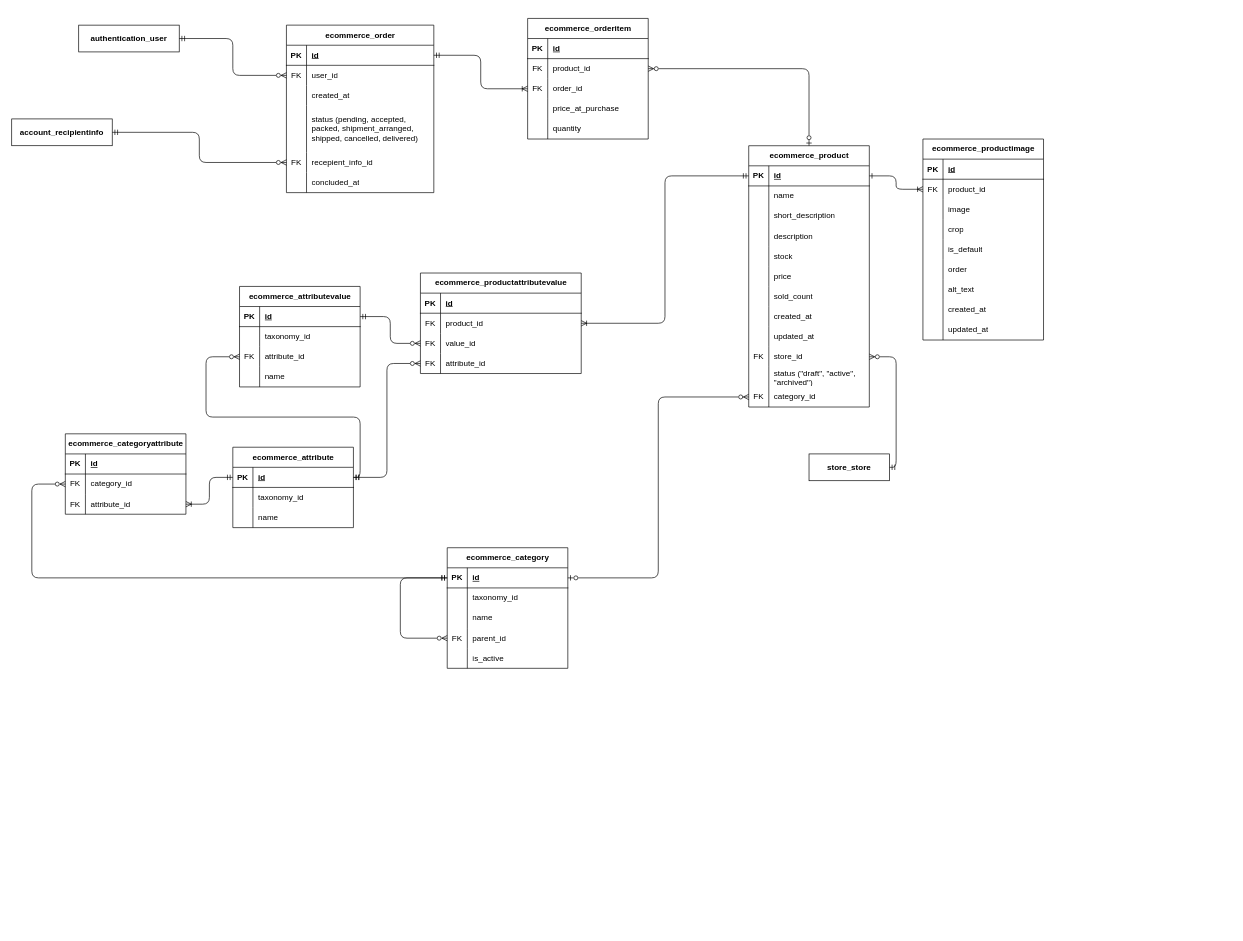
Earlier version of the draw.io diagram page "Ecommerce" (6 of 7) of diagrams/e-commerce-entity-relationship-diagram.drawio (RHILIUS/E-Commerce-Docs). Source tidied: cells renumbered, new cells numbered last; positions are measured from the earlier drawing's top-left corner, leaving out a move shared by most shapes. Both pictures are drawn from the tidied source at 67%, with x=0, y=0 at pixel (11, 18).
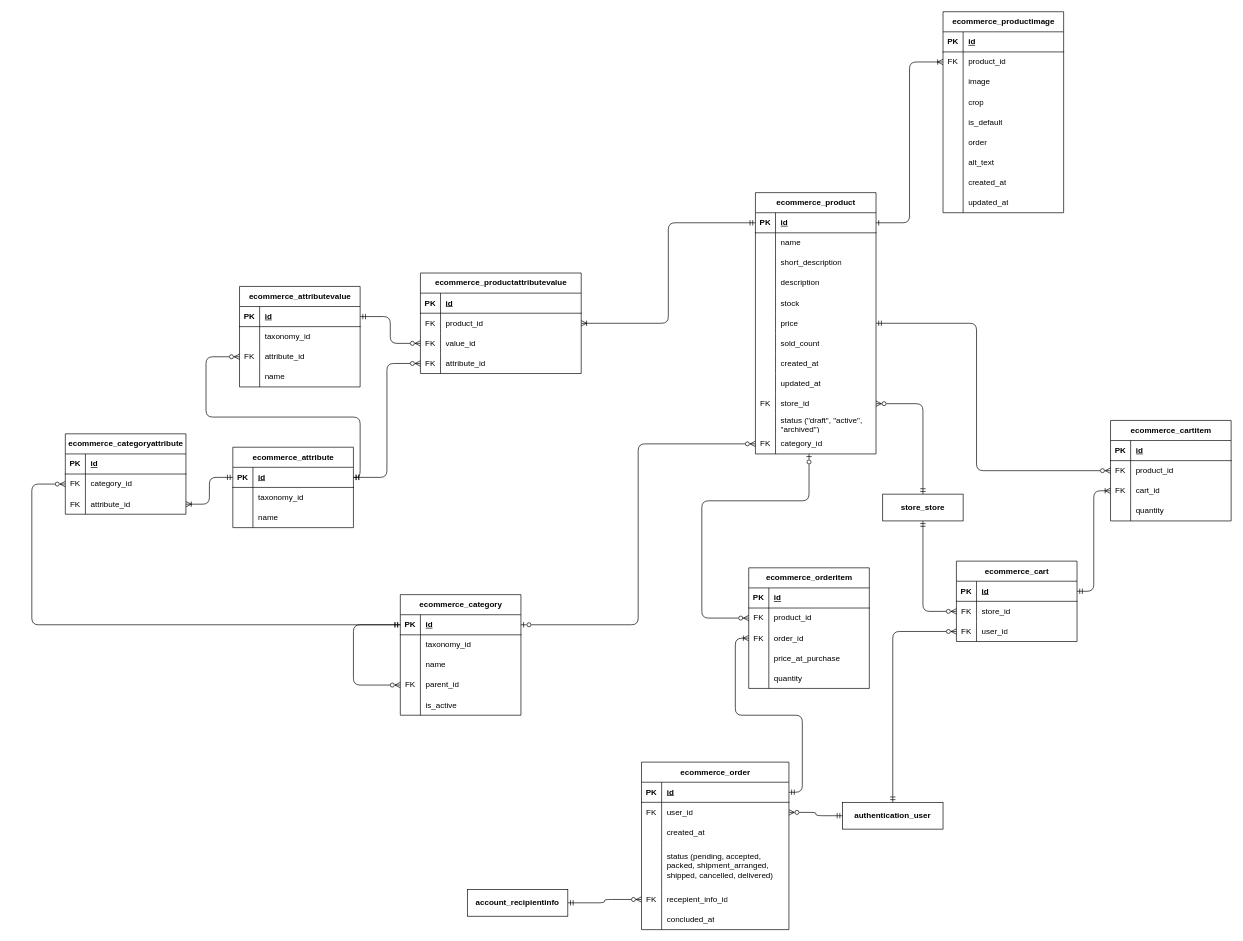
The same diagram, later.

Commit message (it also covers changes not shown here):
feat(erd): add cartitem and cart entity on ecommerce page

The change refers to these unchanged cells:
```xml
<mxCell id="30" style="shape=tableRow;horizontal=0;startSize=0;swimlaneHead=0;swimlaneBody=0;fillColor=none;points=[[0,0.5],[1,0.5]];portConstraint=eastwest;top=0;left=0;right=0;bottom=0;" parent="2" vertex="1">
  <mxGeometry y="300" width="180" height="30" as="geometry" />
</mxCell>
<mxCell id="71" style="shape=tableRow;horizontal=0;startSize=0;swimlaneHead=0;swimlaneBody=0;fillColor=none;points=[[0,0.5],[1,0.5]];portConstraint=eastwest;top=0;left=0;right=0;bottom=1;" parent="70" vertex="1">
  <mxGeometry y="30" width="180" height="30" as="geometry" />
</mxCell>
<mxCell id="115" style="shape=tableRow;horizontal=0;startSize=0;swimlaneHead=0;swimlaneBody=0;fillColor=none;points=[[0,0.5],[1,0.5]];portConstraint=eastwest;top=0;left=0;right=0;bottom=0;" parent="111" vertex="1">
  <mxGeometry y="60" width="180" height="30" as="geometry" />
</mxCell>
<mxCell id="144" style="shape=tableRow;horizontal=0;startSize=0;swimlaneHead=0;swimlaneBody=0;fillColor=none;points=[[0,0.5],[1,0.5]];portConstraint=eastwest;top=0;left=0;right=0;bottom=0;" parent="140" vertex="1">
  <mxGeometry y="60" width="220" height="30" as="geometry" />
</mxCell>
<mxCell id="153" style="shape=tableRow;horizontal=0;startSize=0;swimlaneHead=0;swimlaneBody=0;fillColor=none;points=[[0,0.5],[1,0.5]];portConstraint=eastwest;top=0;left=0;right=0;bottom=0;" parent="140" vertex="1">
  <mxGeometry y="190" width="220" height="30" as="geometry" />
</mxCell>
<mxCell id="167" style="shape=tableRow;horizontal=0;startSize=0;swimlaneHead=0;swimlaneBody=0;fillColor=none;points=[[0,0.5],[1,0.5]];portConstraint=eastwest;top=0;left=0;right=0;bottom=0;" parent="163" vertex="1">
  <mxGeometry y="60" width="180" height="30" as="geometry" />
</mxCell>
```

The edit, as a diff of the source:
```diff
@@
+    <mxCell id="181" style="edgeStyle=orthogonalEdgeStyle;html=1;entryX=0;entryY=0.5;entryDx=0;entryDy=0;startArrow=ERmandOne;startFill=0;endArrow=ERzeroToMany;endFill=0;" parent="1" edge="1" source="2" target="198">
+      <mxGeometry relative="1" as="geometry">
+        <Array as="points">
+          <mxPoint x="1440" y="455" />
+          <mxPoint x="1440" y="675" />
+        </Array>
+      </mxGeometry>
+    </mxCell>
     <mxCell id="2" value="ecommerce_product" style="shape=table;startSize=30;childLayout=tableLayout;rowLines=0;fontStyle=1;align=center;html=1;" parent="1" vertex="1">
-      <mxGeometry x="1100" y="190" width="180" height="390" as="geometry" />
+      <mxGeometry x="1110" y="260" width="180" height="390" as="geometry" />
     </mxCell>
@@
     <mxCell id="39" value="ecommerce_productimage" style="shape=table;startSize=30;childLayout=tableLayout;rowLines=0;fontStyle=1;align=center;html=1;" parent="1" vertex="1">
-      <mxGeometry x="1360" y="180" width="180" height="300" as="geometry" />
+      <mxGeometry x="1390" y="-10" width="180" height="300" as="geometry" />
     </mxCell>
@@
-    <mxCell id="68" style="edgeStyle=orthogonalEdgeStyle;html=1;entryX=1;entryY=0.5;entryDx=0;entryDy=0;exitX=1;exitY=0.5;exitDx=0;exitDy=0;endArrow=ERzeroToMany;endFill=0;startArrow=ERmandOne;startFill=0;" parent="1" edge="1" source="69" target="30">
+    <mxCell id="68" style="edgeStyle=orthogonalEdgeStyle;html=1;entryX=1;entryY=0.5;entryDx=0;entryDy=0;endArrow=ERzeroToMany;endFill=0;startArrow=ERmandOne;startFill=0;" parent="1" edge="1" source="69" target="30">
       <mxGeometry relative="1" as="geometry" />
     </mxCell>
+    <mxCell id="182" style="edgeStyle=orthogonalEdgeStyle;html=1;entryX=0;entryY=0.5;entryDx=0;entryDy=0;endArrow=ERzeroToMany;endFill=0;startArrow=ERmandOne;startFill=0;" parent="1" edge="1" source="69" target="188">
+      <mxGeometry relative="1" as="geometry" />
+    </mxCell>
     <mxCell id="69" value="&lt;b&gt;store_store&lt;/b&gt;" style="whiteSpace=wrap;html=1;align=center;" parent="1" vertex="1">
-      <mxGeometry x="1190" y="650" width="120" height="40" as="geometry" />
+      <mxGeometry x="1300" y="710" width="120" height="40" as="geometry" />
     </mxCell>
     <mxCell id="70" value="ecommerce_category" style="shape=table;startSize=30;childLayout=tableLayout;rowLines=0;fontStyle=1;align=center;html=1;" parent="1" vertex="1">
-      <mxGeometry x="650" y="790" width="180" height="180" as="geometry" />
+      <mxGeometry x="580" y="860" width="180" height="180" as="geometry" />
     </mxCell>
@@
     <mxCell id="121" style="edgeStyle=orthogonalEdgeStyle;html=1;entryX=0;entryY=0.5;entryDx=0;entryDy=0;exitX=0;exitY=0.5;exitDx=0;exitDy=0;startArrow=ERmandOne;startFill=0;endArrow=ERzeroToMany;endFill=0;" parent="1" edge="1" source="71" target="115">
       <mxGeometry relative="1" as="geometry">
         <Array as="points">
-          <mxPoint x="30" y="835" />
+          <mxPoint x="30" y="905" />
           <mxPoint x="30" y="695" />
         </Array>
       </mxGeometry>
     </mxCell>
@@
     <mxCell id="140" value="ecommerce_order" style="shape=table;startSize=30;childLayout=tableLayout;rowLines=0;fontStyle=1;align=center;html=1;" parent="1" vertex="1">
-      <mxGeometry x="410" y="10" width="220" height="250" as="geometry" />
+      <mxGeometry x="940" y="1110" width="220" height="250" as="geometry" />
     </mxCell>
@@
+    <mxCell id="183" style="edgeStyle=orthogonalEdgeStyle;html=1;entryX=0;entryY=0.5;entryDx=0;entryDy=0;endArrow=ERzeroToMany;endFill=0;startArrow=ERmandOne;startFill=0;" parent="1" edge="1" source="159" target="191">
+      <mxGeometry relative="1" as="geometry" />
+    </mxCell>
     <mxCell id="159" value="&lt;b&gt;authentication_user&lt;/b&gt;" style="whiteSpace=wrap;html=1;align=center;" parent="1" vertex="1">
-      <mxGeometry x="100" y="10" width="150" height="40" as="geometry" />
+      <mxGeometry x="1240" y="1170" width="150" height="40" as="geometry" />
     </mxCell>
     <mxCell id="160" value="&lt;b&gt;account_recipientinfo&lt;/b&gt;" style="whiteSpace=wrap;html=1;align=center;" parent="1" vertex="1">
-      <mxGeometry y="150" width="150" height="40" as="geometry" />
+      <mxGeometry x="680" y="1300" width="150" height="40" as="geometry" />
     </mxCell>
-    <mxCell id="161" style="rounded=1;jettySize=auto;html=1;endArrow=ERzeroToMany;endFill=0;startArrow=ERmandOne;startFill=0;exitX=1;exitY=0.5;exitDx=0;exitDy=0;entryX=0;entryY=0.5;entryDx=0;entryDy=0;edgeStyle=orthogonalEdgeStyle;curved=0;" parent="1" edge="1" source="159" target="144">
+    <mxCell id="161" style="rounded=1;jettySize=auto;html=1;endArrow=ERzeroToMany;endFill=0;startArrow=ERmandOne;startFill=0;entryX=1;entryY=0.5;entryDx=0;entryDy=0;edgeStyle=orthogonalEdgeStyle;" parent="1" edge="1" source="159" target="144">
       <mxGeometry relative="1" as="geometry" />
     </mxCell>
-    <mxCell id="162" style="edgeStyle=orthogonalEdgeStyle;rounded=1;jettySize=auto;html=1;startArrow=ERmandOne;startFill=0;endArrow=ERzeroToMany;endFill=0;exitX=1;exitY=0.5;exitDx=0;exitDy=0;entryX=0;entryY=0.5;entryDx=0;entryDy=0;curved=0;" parent="1" edge="1" source="160" target="153">
+    <mxCell id="162" style="edgeStyle=orthogonalEdgeStyle;rounded=1;jettySize=auto;html=1;startArrow=ERmandOne;startFill=0;endArrow=ERzeroToMany;endFill=0;entryX=0;entryY=0.5;entryDx=0;entryDy=0;" parent="1" edge="1" source="160" target="153">
       <mxGeometry relative="1" as="geometry" />
     </mxCell>
     <mxCell id="163" value="ecommerce_orderitem" style="shape=table;startSize=30;childLayout=tableLayout;rowLines=0;fontStyle=1;align=center;html=1;" parent="1" vertex="1">
-      <mxGeometry x="770" width="180" height="180" as="geometry" />
+      <mxGeometry x="1100" y="820" width="180" height="180" as="geometry" />
     </mxCell>
@@
-    <mxCell id="179" style="edgeStyle=orthogonalEdgeStyle;html=1;entryX=1;entryY=0.5;entryDx=0;entryDy=0;endArrow=ERzeroToMany;endFill=0;startArrow=ERzeroToOne;startFill=0;" parent="1" edge="1" source="2" target="167">
-      <mxGeometry relative="1" as="geometry" />
+    <mxCell id="179" style="edgeStyle=orthogonalEdgeStyle;html=1;entryX=0;entryY=0.5;entryDx=0;entryDy=0;endArrow=ERzeroToMany;endFill=0;startArrow=ERzeroToOne;startFill=0;" parent="1" edge="1" source="2" target="167">
+      <mxGeometry relative="1" as="geometry">
+        <Array as="points">
+          <mxPoint x="1190" y="720" />
+          <mxPoint x="1030" y="720" />
+          <mxPoint x="1030" y="895" />
+        </Array>
+      </mxGeometry>
     </mxCell>
@@
+    <mxCell id="184" value="ecommerce_cart" style="shape=table;startSize=30;childLayout=tableLayout;rowLines=0;fontStyle=1;align=center;html=1;" parent="1" vertex="1">
+      <mxGeometry x="1410" y="810" width="180" height="120" as="geometry" />
+    </mxCell>
+    <mxCell id="185" style="shape=tableRow;horizontal=0;startSize=0;swimlaneHead=0;swimlaneBody=0;fillColor=none;points=[[0,0.5],[1,0.5]];portConstraint=eastwest;top=0;left=0;right=0;bottom=1;" parent="184" vertex="1">
+      <mxGeometry y="30" width="180" height="30" as="geometry" />
+    </mxCell>
+    <mxCell id="186" value="PK" style="shape=partialRectangle;fillColor=none;top=0;left=0;bottom=0;right=0;fontStyle=1;overflow=hidden;whiteSpace=wrap;html=1;" parent="185" vertex="1">
+      <mxGeometry width="30" height="30" as="geometry" />
+    </mxCell>
+    <mxCell id="187" value="id" style="shape=partialRectangle;fillColor=none;top=0;left=0;bottom=0;right=0;align=left;spacingLeft=6;fontStyle=5;overflow=hidden;whiteSpace=wrap;html=1;" parent="185" vertex="1">
+      <mxGeometry x="30" width="150" height="30" as="geometry" />
+    </mxCell>
+    <mxCell id="188" style="shape=tableRow;horizontal=0;startSize=0;swimlaneHead=0;swimlaneBody=0;fillColor=none;points=[[0,0.5],[1,0.5]];portConstraint=eastwest;top=0;left=0;right=0;bottom=0;" parent="184" vertex="1">
+      <mxGeometry y="60" width="180" height="30" as="geometry" />
+    </mxCell>
+    <mxCell id="189" value="FK" style="shape=partialRectangle;fillColor=none;top=0;left=0;bottom=0;right=0;overflow=hidden;whiteSpace=wrap;html=1;" parent="188" vertex="1">
+      <mxGeometry width="30" height="30" as="geometry" />
+    </mxCell>
+    <mxCell id="190" value="store_id" style="shape=partialRectangle;fillColor=none;top=0;left=0;bottom=0;right=0;align=left;spacingLeft=6;overflow=hidden;whiteSpace=wrap;html=1;" parent="188" vertex="1">
+      <mxGeometry x="30" width="150" height="30" as="geometry" />
+    </mxCell>
+    <mxCell id="191" style="shape=tableRow;horizontal=0;startSize=0;swimlaneHead=0;swimlaneBody=0;fillColor=none;points=[[0,0.5],[1,0.5]];portConstraint=eastwest;top=0;left=0;right=0;bottom=0;" parent="184" vertex="1">
+      <mxGeometry y="90" width="180" height="30" as="geometry" />
+    </mxCell>
+    <mxCell id="192" value="FK" style="shape=partialRectangle;fillColor=none;top=0;left=0;bottom=0;right=0;overflow=hidden;whiteSpace=wrap;html=1;" parent="191" vertex="1">
+      <mxGeometry width="30" height="30" as="geometry" />
+    </mxCell>
+    <mxCell id="193" value="user_id" style="shape=partialRectangle;fillColor=none;top=0;left=0;bottom=0;right=0;align=left;spacingLeft=6;overflow=hidden;whiteSpace=wrap;html=1;" parent="191" vertex="1">
+      <mxGeometry x="30" width="150" height="30" as="geometry" />
+    </mxCell>
+    <mxCell id="194" value="ecommerce_cartitem" style="shape=table;startSize=30;childLayout=tableLayout;rowLines=0;fontStyle=1;align=center;html=1;" parent="1" vertex="1">
+      <mxGeometry x="1640" y="600" width="180" height="150" as="geometry" />
+    </mxCell>
+    <mxCell id="195" style="shape=tableRow;horizontal=0;startSize=0;swimlaneHead=0;swimlaneBody=0;fillColor=none;top=0;left=0;right=0;bottom=1;" parent="194" vertex="1">
+      <mxGeometry y="30" width="180" height="30" as="geometry" />
+    </mxCell>
+    <mxCell id="196" value="PK" style="shape=partialRectangle;fillColor=none;top=0;left=0;bottom=0;right=0;fontStyle=1;overflow=hidden;whiteSpace=wrap;html=1;" parent="195" vertex="1">
+      <mxGeometry width="30" height="30" as="geometry" />
+    </mxCell>
+    <mxCell id="197" value="id" style="shape=partialRectangle;fillColor=none;top=0;left=0;bottom=0;right=0;align=left;spacingLeft=6;fontStyle=5;overflow=hidden;whiteSpace=wrap;html=1;" parent="195" vertex="1">
+      <mxGeometry x="30" width="150" height="30" as="geometry" />
+    </mxCell>
+    <mxCell id="198" style="shape=tableRow;horizontal=0;startSize=0;swimlaneHead=0;swimlaneBody=0;fillColor=none;points=[[0,0.5],[1,0.5]];portConstraint=eastwest;top=0;left=0;right=0;bottom=0;" parent="194" vertex="1">
+      <mxGeometry y="60" width="180" height="30" as="geometry" />
+    </mxCell>
+    <mxCell id="199" value="FK" style="shape=partialRectangle;fillColor=none;top=0;left=0;bottom=0;right=0;overflow=hidden;whiteSpace=wrap;html=1;" parent="198" vertex="1">
+      <mxGeometry width="30" height="30" as="geometry" />
+    </mxCell>
+    <mxCell id="200" value="product_id" style="shape=partialRectangle;fillColor=none;top=0;left=0;bottom=0;right=0;align=left;spacingLeft=6;overflow=hidden;whiteSpace=wrap;html=1;" parent="198" vertex="1">
+      <mxGeometry x="30" width="150" height="30" as="geometry" />
+    </mxCell>
+    <mxCell id="201" style="shape=tableRow;horizontal=0;startSize=0;swimlaneHead=0;swimlaneBody=0;fillColor=none;points=[[0,0.5],[1,0.5]];portConstraint=eastwest;top=0;left=0;right=0;bottom=0;" parent="194" vertex="1">
+      <mxGeometry y="90" width="180" height="30" as="geometry" />
+    </mxCell>
+    <mxCell id="202" value="FK" style="shape=partialRectangle;fillColor=none;top=0;left=0;bottom=0;right=0;overflow=hidden;whiteSpace=wrap;html=1;" parent="201" vertex="1">
+      <mxGeometry width="30" height="30" as="geometry" />
+    </mxCell>
+    <mxCell id="203" value="cart_id" style="shape=partialRectangle;fillColor=none;top=0;left=0;bottom=0;right=0;align=left;spacingLeft=6;overflow=hidden;whiteSpace=wrap;html=1;" parent="201" vertex="1">
+      <mxGeometry x="30" width="150" height="30" as="geometry" />
+    </mxCell>
+    <mxCell id="204" style="shape=tableRow;horizontal=0;startSize=0;swimlaneHead=0;swimlaneBody=0;fillColor=none;top=0;left=0;right=0;bottom=0;" parent="194" vertex="1">
+      <mxGeometry y="120" width="180" height="30" as="geometry" />
+    </mxCell>
+    <mxCell id="205" style="shape=partialRectangle;fillColor=none;top=0;left=0;bottom=0;right=0;overflow=hidden;whiteSpace=wrap;html=1;" parent="204" vertex="1">
+      <mxGeometry width="30" height="30" as="geometry" />
+    </mxCell>
+    <mxCell id="206" value="quantity" style="shape=partialRectangle;fillColor=none;top=0;left=0;bottom=0;right=0;align=left;spacingLeft=6;overflow=hidden;whiteSpace=wrap;html=1;" parent="204" vertex="1">
+      <mxGeometry x="30" width="150" height="30" as="geometry" />
+    </mxCell>
+    <mxCell id="207" style="edgeStyle=orthogonalEdgeStyle;html=1;entryX=0;entryY=0.5;entryDx=0;entryDy=0;endArrow=ERoneToMany;endFill=0;exitX=1;exitY=0.5;exitDx=0;exitDy=0;startArrow=ERmandOne;startFill=0;" parent="1" edge="1" source="185" target="201">
+      <mxGeometry relative="1" as="geometry" />
+    </mxCell>
```
